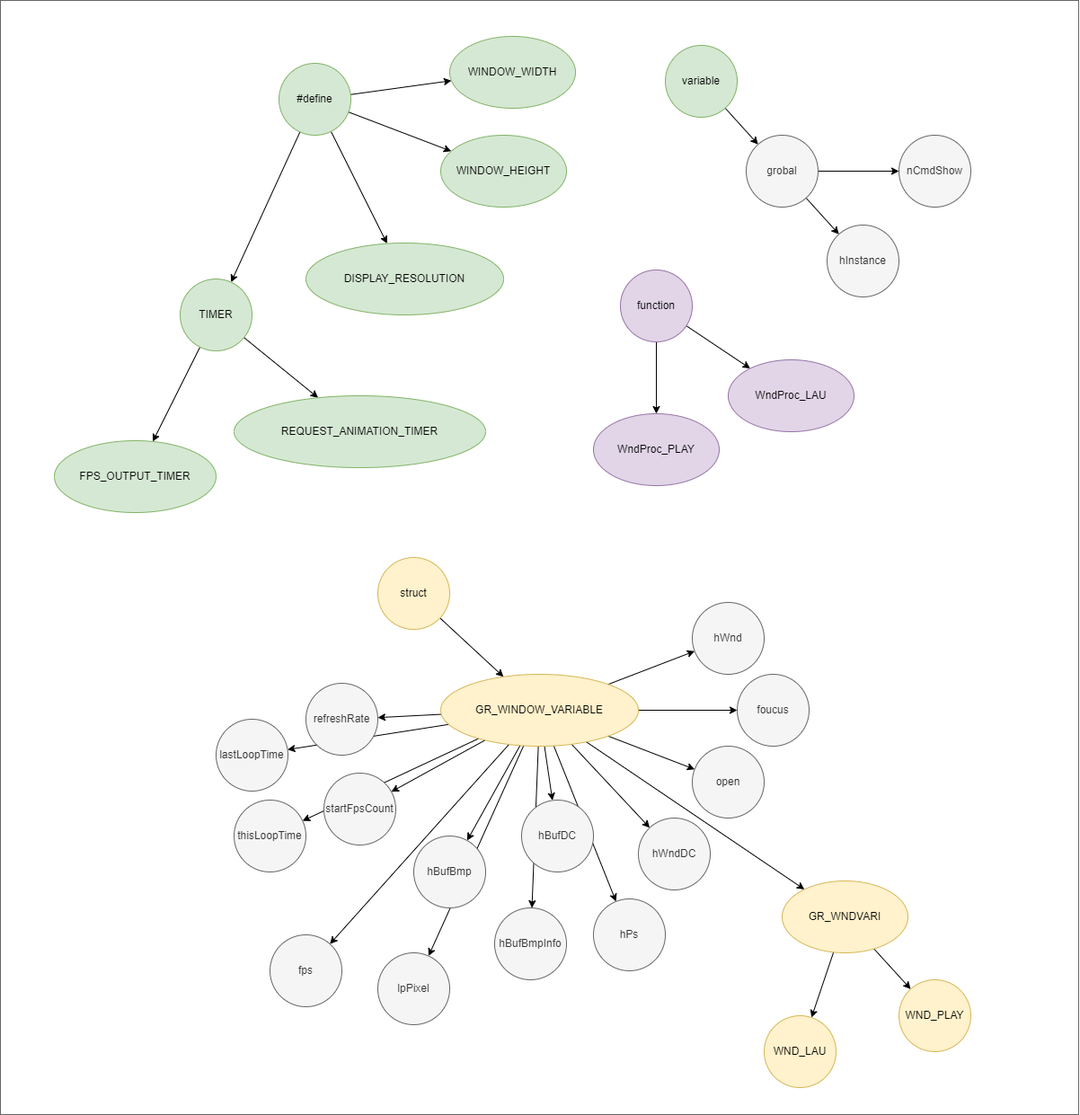
The draw.io diagram drawio/files/window/h.drawio.png in Tanso-mct/GLPA, before a commit. Source tidied: cells renumbered, new cells last; positions are measured from the earlier drawing's top-left corner, leaving out a move shared by most shapes.
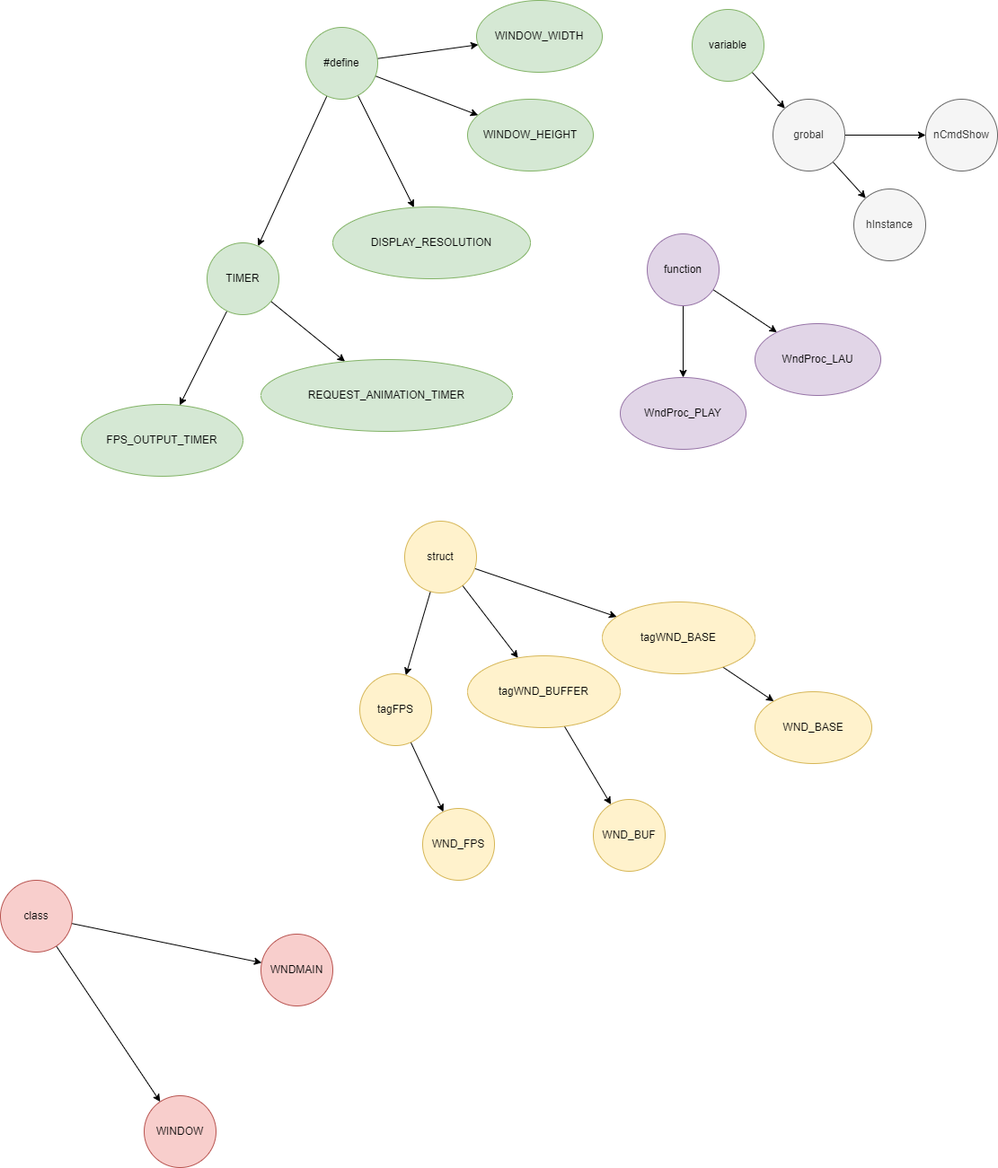
Above is the later version.

What changed in the source:
```diff
@@ -1,10 +1,6 @@
 <mxGraphModel>
   <root>
     <mxCell id="0" />
-    <mxCell id="1" value="flame" parent="0" />
-    <mxCell id="2" style="whiteSpace=wrap;html=1;strokeColor=#666666;fontFamily=Helvetica;fontSize=12;fontColor=#333333;fillColor=none;" parent="1" vertex="1">
-      <mxGeometry width="1200" height="1240" as="geometry" />
-    </mxCell>
     <mxCell id="3" parent="0" />
     <mxCell id="4" style="edgeStyle=none;html=1;" parent="3" edge="1" source="8" target="11">
       <mxGeometry relative="1" as="geometry" />
@@ -45,117 +41,18 @@
     <mxCell id="16" value="FPS_OUTPUT_TIMER" style="ellipse;whiteSpace=wrap;html=1;fillColor=#d5e8d4;strokeColor=#82b366;" parent="3" vertex="1">
       <mxGeometry x="60" y="490" width="180" height="80" as="geometry" />
     </mxCell>
-    <mxCell id="17" style="edgeStyle=none;html=1;" parent="3" edge="1" source="18" target="34">
-      <mxGeometry relative="1" as="geometry" />
-    </mxCell>
+    <mxCell id="66" style="edgeStyle=none;html=1;fontFamily=Helvetica;fontSize=12;fontColor=#333333;" parent="3" edge="1" source="18" target="73">
+      <mxGeometry relative="1" as="geometry" />
+    </mxCell>
+    <mxCell id="67" style="edgeStyle=none;html=1;fontFamily=Helvetica;fontSize=12;fontColor=#333333;" parent="3" edge="1" source="18" target="75">
+      <mxGeometry relative="1" as="geometry" />
+    </mxCell>
+    <mxCell id="68" style="edgeStyle=none;html=1;fontFamily=Helvetica;fontSize=12;fontColor=#333333;" parent="3" edge="1" source="18" target="77">
+      <mxGeometry relative="1" as="geometry" />
+    </mxCell>
     <mxCell id="18" value="struct" style="ellipse;whiteSpace=wrap;html=1;fillColor=#fff2cc;strokeColor=#d6b656;" parent="3" vertex="1">
       <mxGeometry x="420" y="620" width="80" height="80" as="geometry" />
     </mxCell>
-    <mxCell id="19" style="edgeStyle=none;html=1;" parent="3" edge="1" source="34" target="35">
-      <mxGeometry relative="1" as="geometry" />
-    </mxCell>
-    <mxCell id="20" style="edgeStyle=none;html=1;" parent="3" edge="1" source="34" target="36">
-      <mxGeometry relative="1" as="geometry" />
-    </mxCell>
-    <mxCell id="21" style="edgeStyle=none;html=1;" parent="3" edge="1" source="34" target="37">
-      <mxGeometry relative="1" as="geometry" />
-    </mxCell>
-    <mxCell id="22" style="edgeStyle=none;html=1;" parent="3" edge="1" source="34" target="38">
-      <mxGeometry relative="1" as="geometry" />
-    </mxCell>
-    <mxCell id="23" style="edgeStyle=none;html=1;" parent="3" edge="1" source="34" target="40">
-      <mxGeometry relative="1" as="geometry" />
-    </mxCell>
-    <mxCell id="24" style="edgeStyle=none;html=1;" parent="3" edge="1" source="34" target="39">
-      <mxGeometry relative="1" as="geometry" />
-    </mxCell>
-    <mxCell id="25" style="edgeStyle=none;html=1;" parent="3" edge="1" source="34" target="42">
-      <mxGeometry relative="1" as="geometry" />
-    </mxCell>
-    <mxCell id="26" style="edgeStyle=none;html=1;" parent="3" edge="1" source="34" target="41">
-      <mxGeometry relative="1" as="geometry" />
-    </mxCell>
-    <mxCell id="27" style="edgeStyle=none;html=1;" parent="3" edge="1" source="34" target="43">
-      <mxGeometry relative="1" as="geometry" />
-    </mxCell>
-    <mxCell id="28" style="edgeStyle=none;html=1;" parent="3" edge="1" source="34" target="48">
-      <mxGeometry relative="1" as="geometry" />
-    </mxCell>
-    <mxCell id="29" style="edgeStyle=none;html=1;" parent="3" edge="1" source="34" target="44">
-      <mxGeometry relative="1" as="geometry" />
-    </mxCell>
-    <mxCell id="30" style="edgeStyle=none;html=1;" parent="3" edge="1" source="34" target="45">
-      <mxGeometry relative="1" as="geometry" />
-    </mxCell>
-    <mxCell id="31" style="edgeStyle=none;html=1;" parent="3" edge="1" source="34" target="47">
-      <mxGeometry relative="1" as="geometry" />
-    </mxCell>
-    <mxCell id="32" style="edgeStyle=none;html=1;" parent="3" edge="1" source="34" target="46">
-      <mxGeometry relative="1" as="geometry" />
-    </mxCell>
-    <mxCell id="33" style="edgeStyle=none;html=1;" parent="3" edge="1" source="34" target="51">
-      <mxGeometry relative="1" as="geometry" />
-    </mxCell>
-    <mxCell id="34" value="GR_WINDOW_VARIABLE" style="ellipse;whiteSpace=wrap;html=1;fillColor=#fff2cc;strokeColor=#d6b656;" parent="3" vertex="1">
-      <mxGeometry x="490" y="750" width="220" height="80" as="geometry" />
-    </mxCell>
-    <mxCell id="35" value="hWnd" style="ellipse;whiteSpace=wrap;html=1;fillColor=#f5f5f5;fontColor=#333333;strokeColor=#666666;" parent="3" vertex="1">
-      <mxGeometry x="770" y="670" width="80" height="80" as="geometry" />
-    </mxCell>
-    <mxCell id="36" value="foucus" style="ellipse;whiteSpace=wrap;html=1;fillColor=#f5f5f5;fontColor=#333333;strokeColor=#666666;" parent="3" vertex="1">
-      <mxGeometry x="820" y="750" width="80" height="80" as="geometry" />
-    </mxCell>
-    <mxCell id="37" value="open" style="ellipse;whiteSpace=wrap;html=1;fillColor=#f5f5f5;fontColor=#333333;strokeColor=#666666;" parent="3" vertex="1">
-      <mxGeometry x="770" y="830" width="80" height="80" as="geometry" />
-    </mxCell>
-    <mxCell id="38" value="hWndDC" style="ellipse;whiteSpace=wrap;html=1;fillColor=#f5f5f5;fontColor=#333333;strokeColor=#666666;" parent="3" vertex="1">
-      <mxGeometry x="710" y="910" width="80" height="80" as="geometry" />
-    </mxCell>
-    <mxCell id="39" value="hPs" style="ellipse;whiteSpace=wrap;html=1;fillColor=#f5f5f5;fontColor=#333333;strokeColor=#666666;" parent="3" vertex="1">
-      <mxGeometry x="660" y="1000" width="80" height="80" as="geometry" />
-    </mxCell>
-    <mxCell id="40" value="hBufDC" style="ellipse;whiteSpace=wrap;html=1;fillColor=#f5f5f5;fontColor=#333333;strokeColor=#666666;" parent="3" vertex="1">
-      <mxGeometry x="580" y="890" width="80" height="80" as="geometry" />
-    </mxCell>
-    <mxCell id="41" value="hBufBmp" style="ellipse;whiteSpace=wrap;html=1;fillColor=#f5f5f5;fontColor=#333333;strokeColor=#666666;" parent="3" vertex="1">
-      <mxGeometry x="460" y="930" width="80" height="80" as="geometry" />
-    </mxCell>
-    <mxCell id="42" value="hBufBmpInfo" style="ellipse;whiteSpace=wrap;html=1;fillColor=#f5f5f5;fontColor=#333333;strokeColor=#666666;" parent="3" vertex="1">
-      <mxGeometry x="550" y="1010" width="80" height="80" as="geometry" />
-    </mxCell>
-    <mxCell id="43" value="lpPixel" style="ellipse;whiteSpace=wrap;html=1;fillColor=#f5f5f5;fontColor=#333333;strokeColor=#666666;" parent="3" vertex="1">
-      <mxGeometry x="420" y="1060" width="80" height="80" as="geometry" />
-    </mxCell>
-    <mxCell id="44" value="refreshRate" style="ellipse;whiteSpace=wrap;html=1;fillColor=#f5f5f5;fontColor=#333333;strokeColor=#666666;" parent="3" vertex="1">
-      <mxGeometry x="340" y="760" width="80" height="80" as="geometry" />
-    </mxCell>
-    <mxCell id="45" value="startFpsCount" style="ellipse;whiteSpace=wrap;html=1;fillColor=#f5f5f5;fontColor=#333333;strokeColor=#666666;" parent="3" vertex="1">
-      <mxGeometry x="360" y="860" width="80" height="80" as="geometry" />
-    </mxCell>
-    <mxCell id="46" value="thisLoopTime" style="ellipse;whiteSpace=wrap;html=1;fillColor=#f5f5f5;fontColor=#333333;strokeColor=#666666;" parent="3" vertex="1">
-      <mxGeometry x="260" y="890" width="80" height="80" as="geometry" />
-    </mxCell>
-    <mxCell id="47" value="lastLoopTime" style="ellipse;whiteSpace=wrap;html=1;fillColor=#f5f5f5;fontColor=#333333;strokeColor=#666666;" parent="3" vertex="1">
-      <mxGeometry x="240" y="800" width="80" height="80" as="geometry" />
-    </mxCell>
-    <mxCell id="48" value="fps" style="ellipse;whiteSpace=wrap;html=1;fillColor=#f5f5f5;fontColor=#333333;strokeColor=#666666;" parent="3" vertex="1">
-      <mxGeometry x="300" y="1040" width="80" height="80" as="geometry" />
-    </mxCell>
-    <mxCell id="49" style="edgeStyle=none;html=1;" parent="3" edge="1" source="51" target="52">
-      <mxGeometry relative="1" as="geometry" />
-    </mxCell>
-    <mxCell id="50" style="edgeStyle=none;html=1;" parent="3" edge="1" source="51" target="53">
-      <mxGeometry relative="1" as="geometry" />
-    </mxCell>
-    <mxCell id="51" value="GR_WNDVARI" style="ellipse;whiteSpace=wrap;html=1;fillColor=#fff2cc;strokeColor=#d6b656;" parent="3" vertex="1">
-      <mxGeometry x="870" y="980" width="140" height="80" as="geometry" />
-    </mxCell>
-    <mxCell id="52" value="WND_LAU" style="ellipse;whiteSpace=wrap;html=1;fillColor=#fff2cc;strokeColor=#d6b656;" parent="3" vertex="1">
-      <mxGeometry x="850" y="1130" width="80" height="80" as="geometry" />
-    </mxCell>
-    <mxCell id="53" value="WND_PLAY" style="ellipse;whiteSpace=wrap;html=1;fillColor=#fff2cc;strokeColor=#d6b656;" parent="3" vertex="1">
-      <mxGeometry x="1000" y="1090" width="80" height="80" as="geometry" />
-    </mxCell>
     <mxCell id="54" style="edgeStyle=none;html=1;" parent="3" edge="1" source="55" target="58">
       <mxGeometry relative="1" as="geometry" />
     </mxCell>
@@ -192,5 +89,47 @@
     <mxCell id="65" value="WndProc_PLAY" style="ellipse;whiteSpace=wrap;html=1;strokeColor=#9673a6;fontFamily=Helvetica;fontSize=12;fillColor=#e1d5e7;" parent="3" vertex="1">
       <mxGeometry x="660" y="460" width="140" height="80" as="geometry" />
     </mxCell>
+    <mxCell id="69" style="edgeStyle=none;html=1;fontFamily=Helvetica;fontSize=12;fontColor=#333333;" parent="3" edge="1" source="2" target="71">
+      <mxGeometry relative="1" as="geometry" />
+    </mxCell>
+    <mxCell id="70" style="edgeStyle=none;html=1;fontFamily=Helvetica;fontSize=12;fontColor=#333333;" parent="3" edge="1" source="2" target="81">
+      <mxGeometry relative="1" as="geometry" />
+    </mxCell>
+    <mxCell id="2" value="class" style="ellipse;whiteSpace=wrap;html=1;fillColor=#f8cecc;strokeColor=#b85450;" parent="3" vertex="1">
+      <mxGeometry x="-30" y="1020" width="80" height="80" as="geometry" />
+    </mxCell>
+    <mxCell id="71" value="WINDOW" style="ellipse;whiteSpace=wrap;html=1;fillColor=#f8cecc;strokeColor=#b85450;" parent="3" vertex="1">
+      <mxGeometry x="130" y="1260" width="80" height="80" as="geometry" />
+    </mxCell>
+    <mxCell id="72" style="edgeStyle=none;html=1;fontFamily=Helvetica;fontSize=12;fontColor=#333333;" parent="3" edge="1" source="73" target="78">
+      <mxGeometry relative="1" as="geometry" />
+    </mxCell>
+    <mxCell id="73" value="tagWND_BASE" style="ellipse;whiteSpace=wrap;html=1;strokeColor=#d6b656;fontFamily=Helvetica;fontSize=12;fillColor=#fff2cc;" parent="3" vertex="1">
+      <mxGeometry x="640" y="710" width="170" height="80" as="geometry" />
+    </mxCell>
+    <mxCell id="74" style="edgeStyle=none;html=1;fontFamily=Helvetica;fontSize=12;fontColor=#333333;" parent="3" edge="1" source="75" target="79">
+      <mxGeometry relative="1" as="geometry" />
+    </mxCell>
+    <mxCell id="75" value="tagWND_BUFFER" style="ellipse;whiteSpace=wrap;html=1;strokeColor=#d6b656;fontFamily=Helvetica;fontSize=12;fillColor=#fff2cc;" parent="3" vertex="1">
+      <mxGeometry x="490" y="770" width="170" height="80" as="geometry" />
+    </mxCell>
+    <mxCell id="76" style="edgeStyle=none;html=1;fontFamily=Helvetica;fontSize=12;fontColor=#333333;" parent="3" edge="1" source="77" target="80">
+      <mxGeometry relative="1" as="geometry" />
+    </mxCell>
+    <mxCell id="77" value="tagFPS" style="ellipse;whiteSpace=wrap;html=1;strokeColor=#d6b656;fontFamily=Helvetica;fontSize=12;fillColor=#fff2cc;" parent="3" vertex="1">
+      <mxGeometry x="370" y="790" width="80" height="80" as="geometry" />
+    </mxCell>
+    <mxCell id="78" value="WND_BASE" style="ellipse;whiteSpace=wrap;html=1;strokeColor=#d6b656;fontFamily=Helvetica;fontSize=12;fillColor=#fff2cc;" parent="3" vertex="1">
+      <mxGeometry x="810" y="810" width="130" height="80" as="geometry" />
+    </mxCell>
+    <mxCell id="79" value="WND_BUF" style="ellipse;whiteSpace=wrap;html=1;strokeColor=#d6b656;fontFamily=Helvetica;fontSize=12;fillColor=#fff2cc;" parent="3" vertex="1">
+      <mxGeometry x="630" y="930" width="80" height="80" as="geometry" />
+    </mxCell>
+    <mxCell id="80" value="WND_FPS" style="ellipse;whiteSpace=wrap;html=1;strokeColor=#d6b656;fontFamily=Helvetica;fontSize=12;fillColor=#fff2cc;" parent="3" vertex="1">
+      <mxGeometry x="440" y="940" width="80" height="80" as="geometry" />
+    </mxCell>
+    <mxCell id="81" value="WNDMAIN" style="ellipse;whiteSpace=wrap;html=1;strokeColor=#b85450;fontFamily=Helvetica;fontSize=12;fillColor=#f8cecc;" parent="3" vertex="1">
+      <mxGeometry x="260" y="1080" width="80" height="80" as="geometry" />
+    </mxCell>
   </root>
 </mxGraphModel>
```
